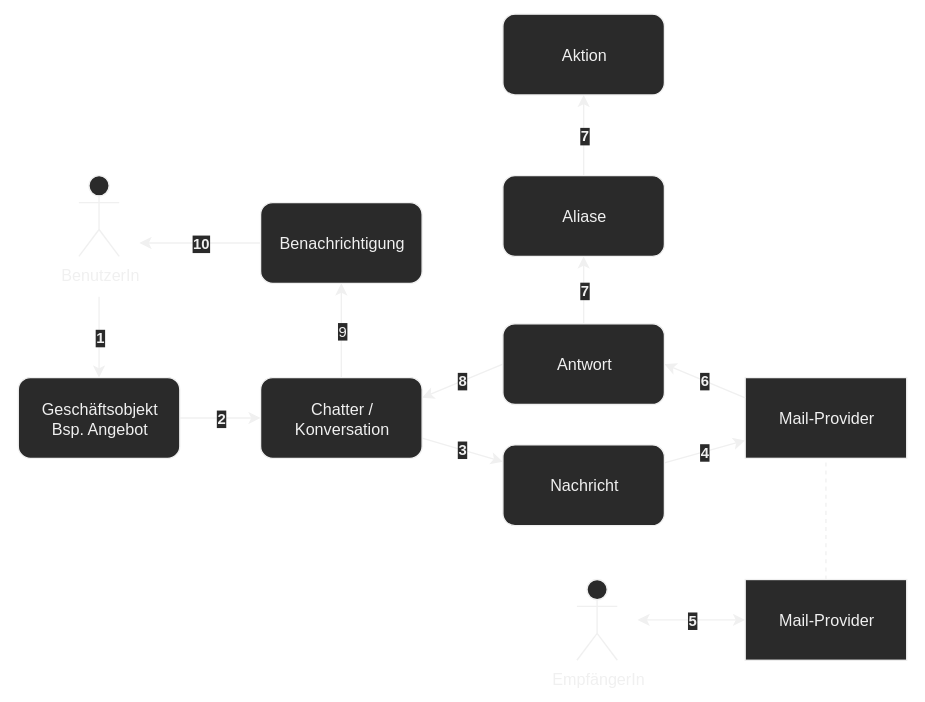
This is assets/Odoo Mail Workflow.svg from Mint-System/Odoo-Wiki, a draw.io export, as it was before one commit. Source tidied: cells renumbered, new cells last; positions are measured from the earlier drawing's top-left corner, leaving out a move shared by most shapes.
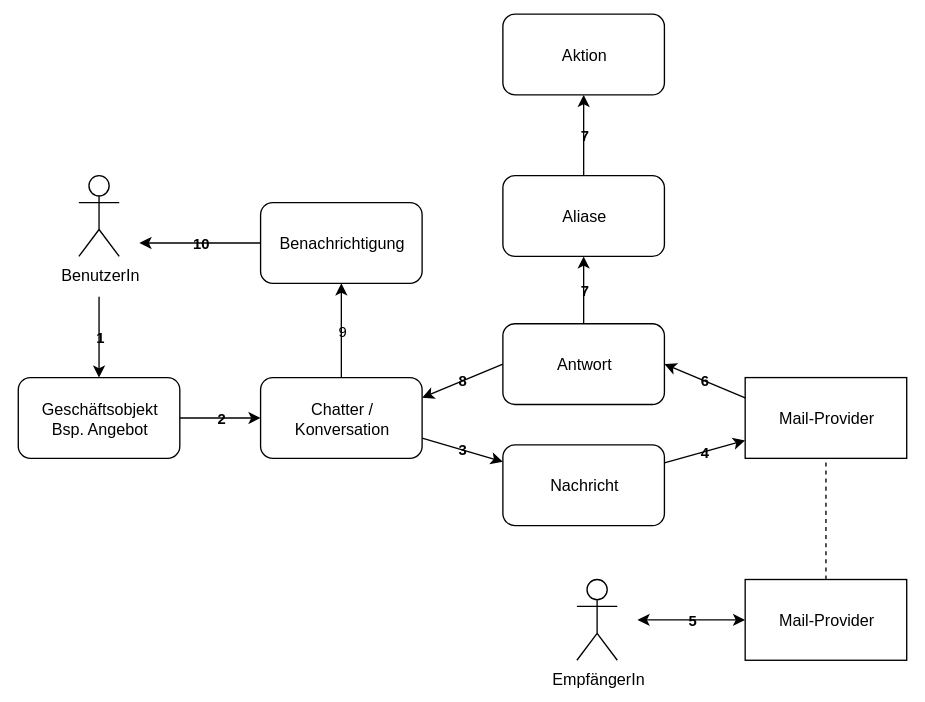
Above is the later version.

Commit message:
vault backup: 2023-01-16 17:22:29

What changed in the source:
```diff
@@ -2,77 +2,77 @@
   <root>
     <mxCell id="0" />
     <mxCell id="1" parent="0" />
-    <mxCell id="2" value="2" style="edgeStyle=none;html=1;fontStyle=1;" parent="1" edge="1" source="3" target="8">
+    <mxCell id="2" value="2" style="edgeStyle=none;html=1;fontStyle=1;labelBackgroundColor=none;" parent="1" edge="1" source="3" target="8">
       <mxGeometry relative="1" as="geometry" />
     </mxCell>
-    <mxCell id="3" value="Geschäftsobjekt&lt;br&gt;Bsp. Angebot" style="rounded=1;whiteSpace=wrap;html=1;" parent="1" vertex="1">
+    <mxCell id="3" value="Geschäftsobjekt&lt;br&gt;Bsp. Angebot" style="rounded=1;whiteSpace=wrap;html=1;labelBackgroundColor=none;" parent="1" vertex="1">
       <mxGeometry y="270" width="120" height="60" as="geometry" />
     </mxCell>
-    <mxCell id="4" value="BenutzerIn" style="shape=umlActor;verticalLabelPosition=bottom;verticalAlign=top;html=1;" parent="1" vertex="1">
+    <mxCell id="4" value="BenutzerIn" style="shape=umlActor;verticalLabelPosition=bottom;verticalAlign=top;html=1;labelBackgroundColor=none;" parent="1" vertex="1">
       <mxGeometry x="45" y="120" width="30" height="60" as="geometry" />
     </mxCell>
-    <mxCell id="5" value="1" style="endArrow=classic;html=1;entryX=0.5;entryY=0;entryDx=0;entryDy=0;fontStyle=1;" parent="1" edge="1" target="3">
+    <mxCell id="5" value="1" style="endArrow=classic;html=1;entryX=0.5;entryY=0;entryDx=0;entryDy=0;fontStyle=1;labelBackgroundColor=none;" parent="1" edge="1" target="3">
       <mxGeometry relative="1" as="geometry">
         <mxPoint x="60" y="210" as="sourcePoint" />
       </mxGeometry>
     </mxCell>
-    <mxCell id="6" value="3" style="edgeStyle=none;html=1;exitX=1;exitY=0.75;exitDx=0;exitDy=0;fontStyle=1;" parent="1" edge="1" source="8" target="10">
+    <mxCell id="6" value="3" style="edgeStyle=none;html=1;exitX=1;exitY=0.75;exitDx=0;exitDy=0;fontStyle=1;labelBackgroundColor=none;" parent="1" edge="1" source="8" target="10">
       <mxGeometry relative="1" as="geometry" />
     </mxCell>
-    <mxCell id="7" value="9" style="edgeStyle=none;html=1;startArrow=none;startFill=0;" parent="1" edge="1" source="8" target="23">
+    <mxCell id="7" value="9" style="edgeStyle=none;html=1;startArrow=none;startFill=0;labelBackgroundColor=none;" parent="1" edge="1" source="8" target="23">
       <mxGeometry relative="1" as="geometry" />
     </mxCell>
-    <mxCell id="8" value="Chatter / Konversation" style="rounded=1;whiteSpace=wrap;html=1;" parent="1" vertex="1">
+    <mxCell id="8" value="Chatter / Konversation" style="rounded=1;whiteSpace=wrap;html=1;labelBackgroundColor=none;" parent="1" vertex="1">
       <mxGeometry x="180" y="270" width="120" height="60" as="geometry" />
     </mxCell>
-    <mxCell id="9" value="4" style="edgeStyle=none;html=1;fontStyle=1;" parent="1" edge="1" source="10" target="12">
+    <mxCell id="9" value="4" style="edgeStyle=none;html=1;fontStyle=1;labelBackgroundColor=none;" parent="1" edge="1" source="10" target="12">
       <mxGeometry relative="1" as="geometry" />
     </mxCell>
-    <mxCell id="10" value="Nachricht" style="rounded=1;whiteSpace=wrap;html=1;" parent="1" vertex="1">
+    <mxCell id="10" value="Nachricht" style="rounded=1;whiteSpace=wrap;html=1;labelBackgroundColor=none;" parent="1" vertex="1">
       <mxGeometry x="360" y="320" width="120" height="60" as="geometry" />
     </mxCell>
-    <mxCell id="11" value="EmpfängerIn" style="shape=umlActor;verticalLabelPosition=bottom;verticalAlign=top;html=1;" parent="1" vertex="1">
+    <mxCell id="11" value="EmpfängerIn" style="shape=umlActor;verticalLabelPosition=bottom;verticalAlign=top;html=1;labelBackgroundColor=none;" parent="1" vertex="1">
       <mxGeometry x="415" y="420" width="30" height="60" as="geometry" />
     </mxCell>
-    <mxCell id="12" value="Mail-Provider" style="rounded=0;whiteSpace=wrap;html=1;" parent="1" vertex="1">
+    <mxCell id="12" value="Mail-Provider" style="rounded=0;whiteSpace=wrap;html=1;labelBackgroundColor=none;" parent="1" vertex="1">
       <mxGeometry x="540" y="270" width="120" height="60" as="geometry" />
     </mxCell>
-    <mxCell id="13" value="Mail-Provider" style="rounded=0;whiteSpace=wrap;html=1;" parent="1" vertex="1">
+    <mxCell id="13" value="Mail-Provider" style="rounded=0;whiteSpace=wrap;html=1;labelBackgroundColor=none;" parent="1" vertex="1">
       <mxGeometry x="540" y="420" width="120" height="60" as="geometry" />
     </mxCell>
-    <mxCell id="14" style="endArrow=none;dashed=1;html=1;entryX=0.5;entryY=1;entryDx=0;entryDy=0;exitX=0.5;exitY=0;exitDx=0;exitDy=0;" parent="1" edge="1" source="13" target="12">
+    <mxCell id="14" style="endArrow=none;dashed=1;html=1;entryX=0.5;entryY=1;entryDx=0;entryDy=0;exitX=0.5;exitY=0;exitDx=0;exitDy=0;labelBackgroundColor=none;" parent="1" edge="1" source="13" target="12">
       <mxGeometry relative="1" as="geometry" />
     </mxCell>
-    <mxCell id="15" value="5" style="endArrow=classic;html=1;exitX=0;exitY=0.5;exitDx=0;exitDy=0;startArrow=classic;startFill=1;fontStyle=1;" parent="1" edge="1" source="13">
+    <mxCell id="15" value="5" style="endArrow=classic;html=1;exitX=0;exitY=0.5;exitDx=0;exitDy=0;startArrow=classic;startFill=1;fontStyle=1;labelBackgroundColor=none;" parent="1" edge="1" source="13">
       <mxGeometry relative="1" as="geometry">
         <mxPoint x="460" y="450" as="targetPoint" />
       </mxGeometry>
     </mxCell>
-    <mxCell id="16" value="6" style="edgeStyle=none;html=1;exitX=0;exitY=0.25;exitDx=0;exitDy=0;entryX=1;entryY=0.5;entryDx=0;entryDy=0;fontStyle=1;" parent="1" edge="1" source="12" target="19">
+    <mxCell id="16" value="6" style="edgeStyle=none;html=1;exitX=0;exitY=0.25;exitDx=0;exitDy=0;entryX=1;entryY=0.5;entryDx=0;entryDy=0;fontStyle=1;labelBackgroundColor=none;" parent="1" edge="1" source="12" target="19">
       <mxGeometry relative="1" as="geometry" />
     </mxCell>
-    <mxCell id="17" value="7" style="edgeStyle=none;html=1;startArrow=none;startFill=0;fontStyle=1;" parent="1" edge="1" source="19" target="21">
+    <mxCell id="17" value="7" style="edgeStyle=none;html=1;startArrow=none;startFill=0;fontStyle=1;labelBackgroundColor=none;" parent="1" edge="1" source="19" target="21">
       <mxGeometry relative="1" as="geometry" />
     </mxCell>
-    <mxCell id="18" value="8" style="edgeStyle=none;html=1;startArrow=none;startFill=0;entryX=1;entryY=0.25;entryDx=0;entryDy=0;exitX=0;exitY=0.5;exitDx=0;exitDy=0;fontStyle=1;" parent="1" edge="1" source="19" target="8">
+    <mxCell id="18" value="8" style="edgeStyle=none;html=1;startArrow=none;startFill=0;entryX=1;entryY=0.25;entryDx=0;entryDy=0;exitX=0;exitY=0.5;exitDx=0;exitDy=0;fontStyle=1;labelBackgroundColor=none;" parent="1" edge="1" source="19" target="8">
       <mxGeometry relative="1" as="geometry" />
     </mxCell>
-    <mxCell id="19" value="Antwort" style="rounded=1;whiteSpace=wrap;html=1;" parent="1" vertex="1">
+    <mxCell id="19" value="Antwort" style="rounded=1;whiteSpace=wrap;html=1;labelBackgroundColor=none;" parent="1" vertex="1">
       <mxGeometry x="360" y="230" width="120" height="60" as="geometry" />
     </mxCell>
-    <mxCell id="20" value="7" style="edgeStyle=none;html=1;startArrow=none;startFill=0;fontStyle=1;" parent="1" edge="1" source="21" target="22">
+    <mxCell id="20" value="7" style="edgeStyle=none;html=1;startArrow=none;startFill=0;fontStyle=1;labelBackgroundColor=none;" parent="1" edge="1" source="21" target="22">
       <mxGeometry relative="1" as="geometry" />
     </mxCell>
-    <mxCell id="21" value="Aliase" style="rounded=1;whiteSpace=wrap;html=1;" parent="1" vertex="1">
+    <mxCell id="21" value="Aliase" style="rounded=1;whiteSpace=wrap;html=1;labelBackgroundColor=none;" parent="1" vertex="1">
       <mxGeometry x="360" y="120" width="120" height="60" as="geometry" />
     </mxCell>
-    <mxCell id="22" value="Aktion" style="rounded=1;whiteSpace=wrap;html=1;" parent="1" vertex="1">
+    <mxCell id="22" value="Aktion" style="rounded=1;whiteSpace=wrap;html=1;labelBackgroundColor=none;" parent="1" vertex="1">
       <mxGeometry x="360" width="120" height="60" as="geometry" />
     </mxCell>
-    <mxCell id="23" value="Benachrichtigung" style="rounded=1;whiteSpace=wrap;html=1;" parent="1" vertex="1">
+    <mxCell id="23" value="Benachrichtigung" style="rounded=1;whiteSpace=wrap;html=1;labelBackgroundColor=none;" parent="1" vertex="1">
       <mxGeometry x="180" y="140" width="120" height="60" as="geometry" />
     </mxCell>
-    <mxCell id="24" value="10" style="edgeStyle=none;html=1;startArrow=none;startFill=0;exitX=0;exitY=0.5;exitDx=0;exitDy=0;fontStyle=1;" parent="1" edge="1" source="23">
+    <mxCell id="24" value="10" style="edgeStyle=none;html=1;startArrow=none;startFill=0;exitX=0;exitY=0.5;exitDx=0;exitDy=0;fontStyle=1;labelBackgroundColor=none;" parent="1" edge="1" source="23">
       <mxGeometry relative="1" as="geometry">
         <mxPoint x="90" y="170" as="targetPoint" />
       </mxGeometry>
```
